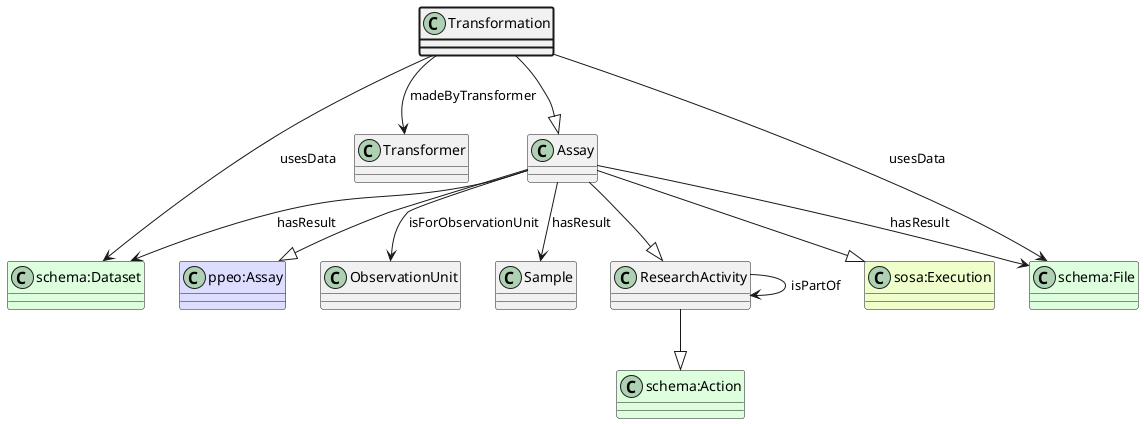
This is ttl_uml/ttl_appn_Transformation.png from aus-plant-phenomics-network/appn-schema, a PlantUML export, as it was before one commit.
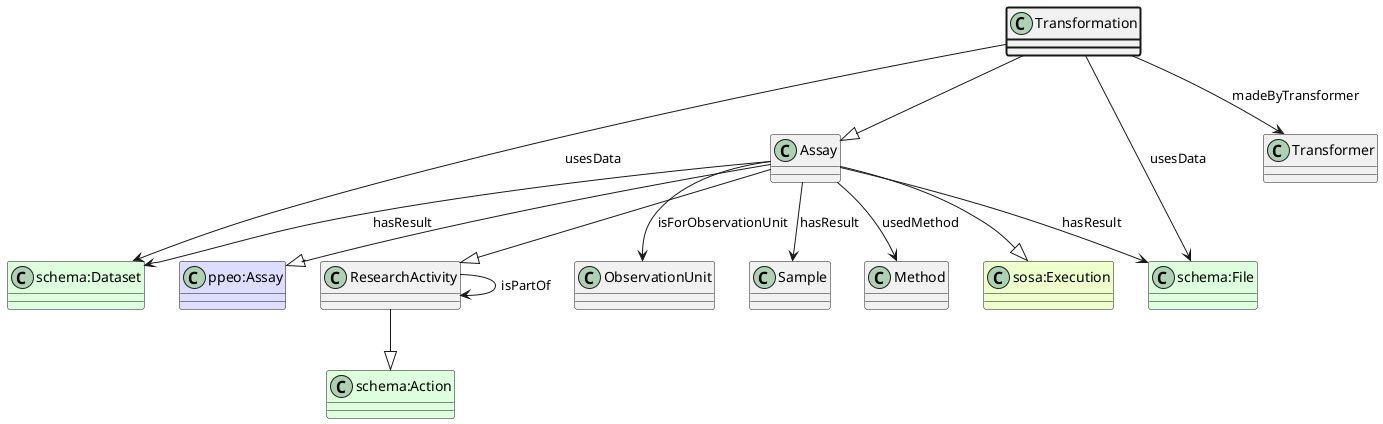
Above is the later version.

What changed in the source:
```diff
@@ -24,6 +24,8 @@
 Assay --> "schema:File" : hasResult
 class Sample
 Assay --> Sample : hasResult
+class Method
+Assay --> Method : usedMethod
 class ResearchActivity
 ResearchActivity --> ResearchActivity : isPartOf
 @enduml
```
